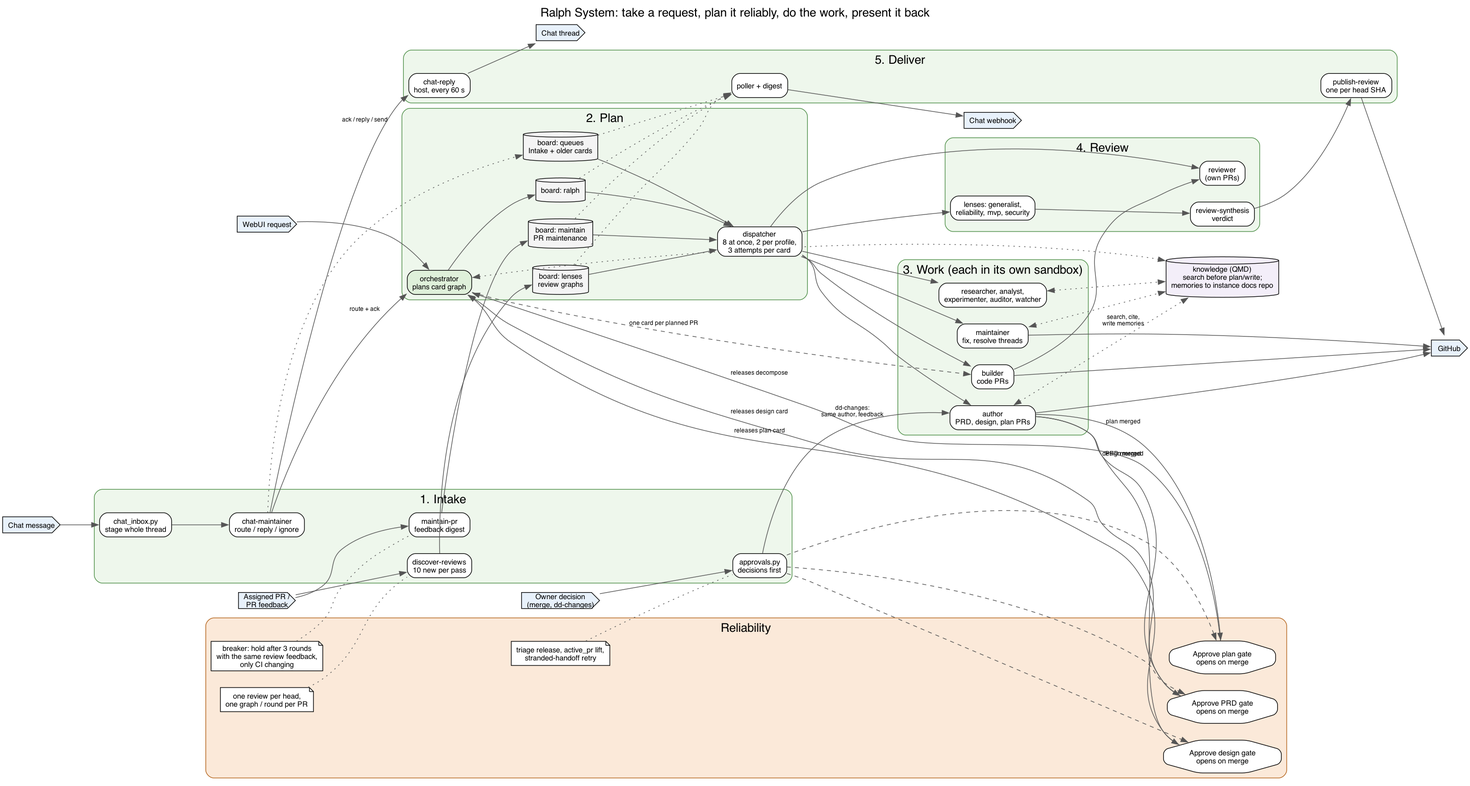
Before: docs/diagrams/system-flow.png, a diagram exported from Graphviz (Zhachory1/ralph). Its source is kept beside it as docs/diagrams/system-flow.dot.
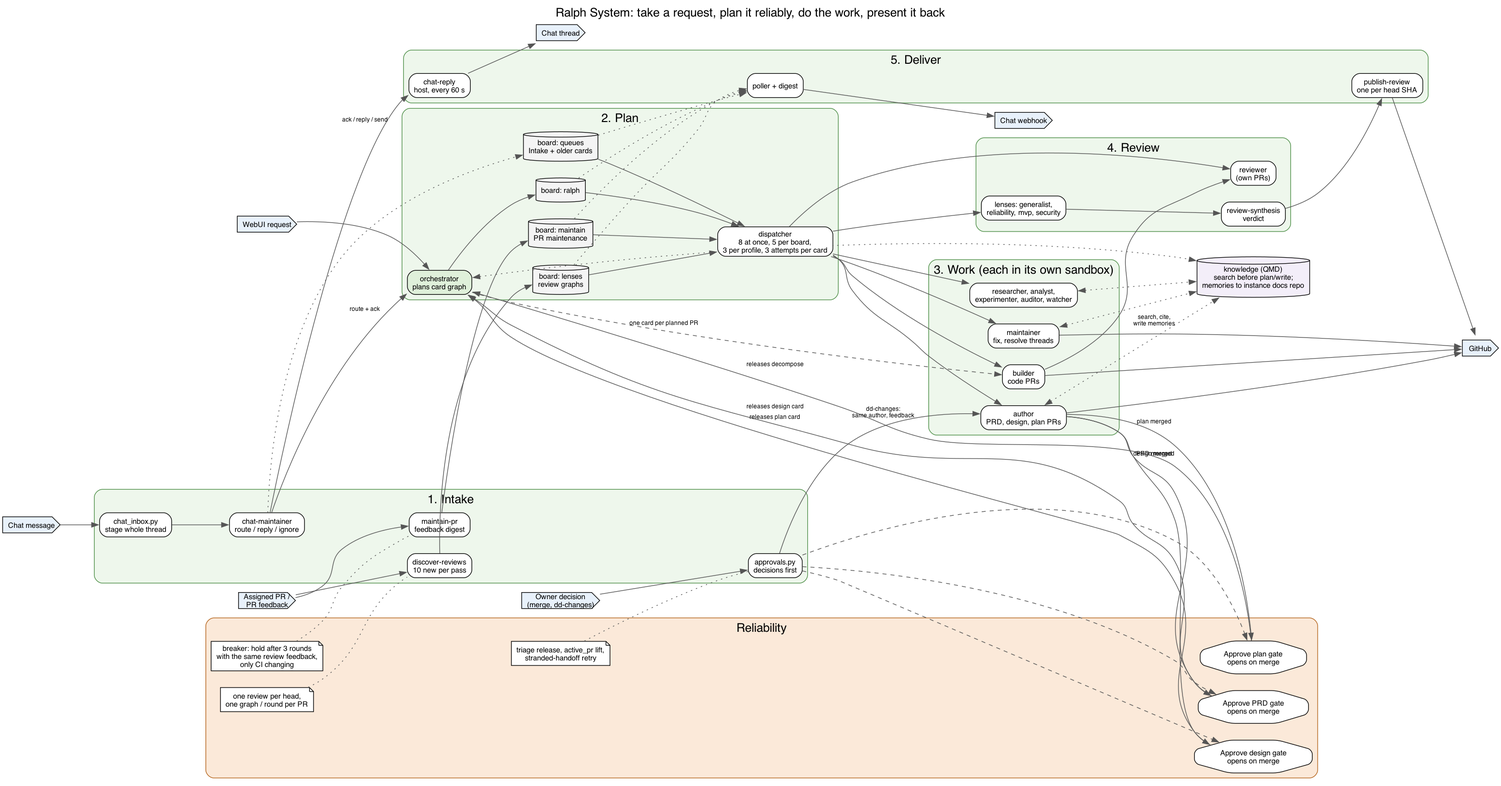
After the change.

Commit message:
feat(install): run 3 cards per profile, so 3 maintainers at once

What changed in the source:
```diff
@@ -22,7 +22,7 @@
     board_q  [label="board: queues\nIntake + older cards", shape=cylinder, fillcolor="#F4F4F4"];
     board_lenses [label="board: lenses\nreview graphs", shape=cylinder, fillcolor="#F4F4F4"];
     board_maintain [label="board: maintain\nPR maintenance", shape=cylinder, fillcolor="#F4F4F4"];
-    dispatch [label="dispatcher\n8 at once, 2 per profile,\n3 attempts per card"];
+    dispatch [label="dispatcher\n8 at once, 5 per board,\n3 per profile, 3 attempts per card"];
   }
   subgraph cluster_work { label="3. Work (each in its own sandbox)"; style="rounded,filled"; fillcolor="#EEF7EC"; color="#4E8F48";
     author     [label="author\nPRD, design, plan PRs"];
```
